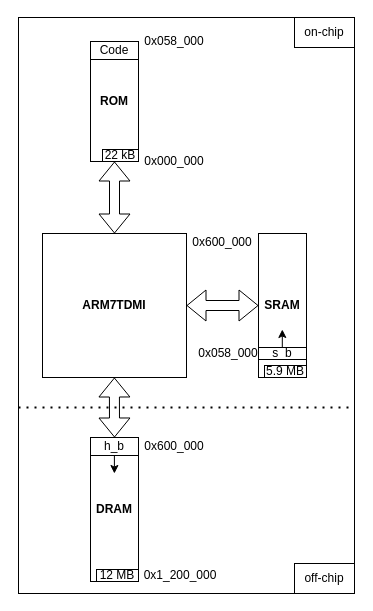
PavlosTzitzos/esd-project keeps this draw.io diagram as page "Memory after corrections" (6 of 6) of Report/diagrams/esd-diagrams.drawio. Above is the earlier version. Source tidied: cells renumbered, new cells numbered last; positions are measured from the earlier drawing's top-left corner, leaving out a move shared by most shapes. Both pictures are drawn from the tidied source at 100%, with x=0, y=0 at pixel (18, 17).
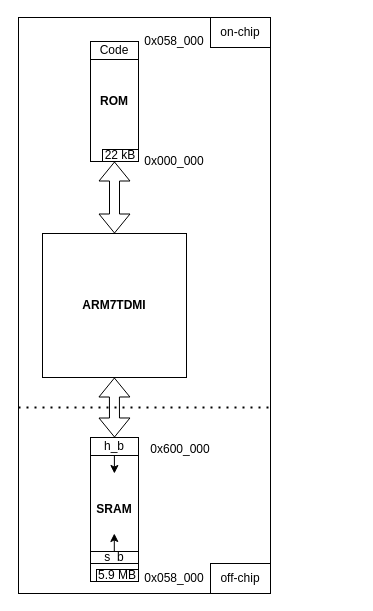
The same page after the edit.

Commit message (it also covers changes not shown here):
final memory drawing

The change refers to these unchanged cells:
```xml
<mxCell id="7" value="&lt;b&gt;ARM7TDMI&lt;/b&gt;" style="rounded=0;whiteSpace=wrap;html=1;direction=south;" parent="1" vertex="1">
  <mxGeometry x="24" y="216" width="144" height="144" as="geometry" />
</mxCell>
```

Change to the diagram source:
```diff
@@
     <mxCell id="2" style="rounded=0;whiteSpace=wrap;html=1;fillColor=none;" parent="1" vertex="1">
-      <mxGeometry width="336" height="576" as="geometry" />
+      <mxGeometry width="252" height="576" as="geometry" />
     </mxCell>
@@
-    <mxCell id="5" value="&lt;b&gt;SRAM&lt;/b&gt;" style="rounded=0;whiteSpace=wrap;html=1;direction=south;" parent="1" vertex="1">
-      <mxGeometry x="240" y="216" width="48" height="144" as="geometry" />
-    </mxCell>
-    <mxCell id="6" value="&lt;b&gt;DRAM&lt;/b&gt;" style="rounded=0;whiteSpace=wrap;html=1;direction=south;" parent="1" vertex="1">
+    <mxCell id="6" value="&lt;b&gt;SRAM&lt;/b&gt;" style="rounded=0;whiteSpace=wrap;html=1;direction=south;" parent="1" vertex="1">
       <mxGeometry x="72" y="420" width="48" height="144" as="geometry" />
     </mxCell>
@@
-    <mxCell id="9" style="shape=flexArrow;endArrow=classic;startArrow=classic;html=1;rounded=0;entryX=0.5;entryY=1;entryDx=0;entryDy=0;exitX=0.5;exitY=0;exitDx=0;exitDy=0;" parent="1" edge="1" source="7" target="5">
-      <mxGeometry relative="1" as="geometry" />
-    </mxCell>
@@
     <mxCell id="12" style="endArrow=none;html=1;rounded=0;exitX=0;exitY=0.75;exitDx=0;exitDy=0;" parent="1" edge="1">
       <mxGeometry relative="1" as="geometry">
-        <mxPoint x="240" y="342" as="sourcePoint" />
-        <mxPoint x="288" y="342" as="targetPoint" />
+        <mxPoint x="72" y="546" as="sourcePoint" />
+        <mxPoint x="120" y="546" as="targetPoint" />
       </mxGeometry>
     </mxCell>
@@
     <mxCell id="14" value="s_b" style="text;html=1;strokeColor=none;fillColor=none;align=center;verticalAlign=middle;whiteSpace=wrap;rounded=0;" parent="1" vertex="1">
-      <mxGeometry x="240" y="330" width="48" height="12" as="geometry" />
+      <mxGeometry x="72" y="534" width="48" height="12" as="geometry" />
     </mxCell>
@@
     <mxCell id="17" style="endArrow=classic;html=1;rounded=0;" parent="1" edge="1">
       <mxGeometry relative="1" as="geometry">
-        <mxPoint x="263.8" y="330" as="sourcePoint" />
-        <mxPoint x="263.8" y="312" as="targetPoint" />
+        <mxPoint x="95.8" y="534" as="sourcePoint" />
+        <mxPoint x="95.8" y="516" as="targetPoint" />
       </mxGeometry>
     </mxCell>
@@
     <mxCell id="19" value="0x058_000" style="text;html=1;strokeColor=none;fillColor=none;align=center;verticalAlign=middle;whiteSpace=wrap;rounded=0;" parent="1" vertex="1">
-      <mxGeometry x="180" y="324" width="60" height="24" as="geometry" />
+      <mxGeometry x="126" y="549" width="60" height="24" as="geometry" />
     </mxCell>
-    <mxCell id="20" value="0x600_000" style="text;html=1;strokeColor=none;fillColor=none;align=center;verticalAlign=middle;whiteSpace=wrap;rounded=0;" parent="1" vertex="1">
-      <mxGeometry x="126" y="417" width="60" height="24" as="geometry" />
-    </mxCell>
-    <mxCell id="21" value="0x1_200_000" style="text;html=1;strokeColor=none;fillColor=none;align=center;verticalAlign=middle;whiteSpace=wrap;rounded=0;" parent="1" vertex="1">
-      <mxGeometry x="132" y="546" width="60" height="24" as="geometry" />
-    </mxCell>
     <mxCell id="22" value="0x600_000" style="text;html=1;strokeColor=none;fillColor=none;align=center;verticalAlign=middle;whiteSpace=wrap;rounded=0;" parent="1" vertex="1">
-      <mxGeometry x="174" y="213" width="60" height="24" as="geometry" />
+      <mxGeometry x="132" y="420" width="60" height="24" as="geometry" />
     </mxCell>
@@
-    <mxCell id="24" value="12 MB" style="text;html=1;strokeColor=default;fillColor=none;align=center;verticalAlign=middle;whiteSpace=wrap;rounded=0;" parent="1" vertex="1">
-      <mxGeometry x="78" y="552" width="42" height="12" as="geometry" />
-    </mxCell>
     <mxCell id="25" value="5.9 MB" style="text;html=1;strokeColor=default;fillColor=none;align=center;verticalAlign=middle;whiteSpace=wrap;rounded=0;" parent="1" vertex="1">
-      <mxGeometry x="246" y="348" width="42" height="12" as="geometry" />
+      <mxGeometry x="78" y="552" width="42" height="12" as="geometry" />
     </mxCell>
     <mxCell id="26" value="on-chip" style="text;html=1;strokeColor=default;fillColor=none;align=center;verticalAlign=middle;whiteSpace=wrap;rounded=0;" parent="1" vertex="1">
-      <mxGeometry x="276" width="60" height="30" as="geometry" />
+      <mxGeometry x="192" width="60" height="30" as="geometry" />
     </mxCell>
@@
     <mxCell id="28" value="off-chip" style="text;html=1;strokeColor=default;fillColor=none;align=center;verticalAlign=middle;whiteSpace=wrap;rounded=0;" parent="1" vertex="1">
-      <mxGeometry x="276" y="546" width="60" height="30" as="geometry" />
+      <mxGeometry x="192" y="546" width="60" height="30" as="geometry" />
     </mxCell>
     <mxCell id="29" style="endArrow=none;dashed=1;html=1;dashPattern=1 3;strokeWidth=2;rounded=0;" parent="1" edge="1">
       <mxGeometry relative="1" as="geometry">
         <mxPoint y="390" as="sourcePoint" />
-        <mxPoint x="336" y="390" as="targetPoint" />
+        <mxPoint x="252" y="390" as="targetPoint" />
       </mxGeometry>
     </mxCell>
```
